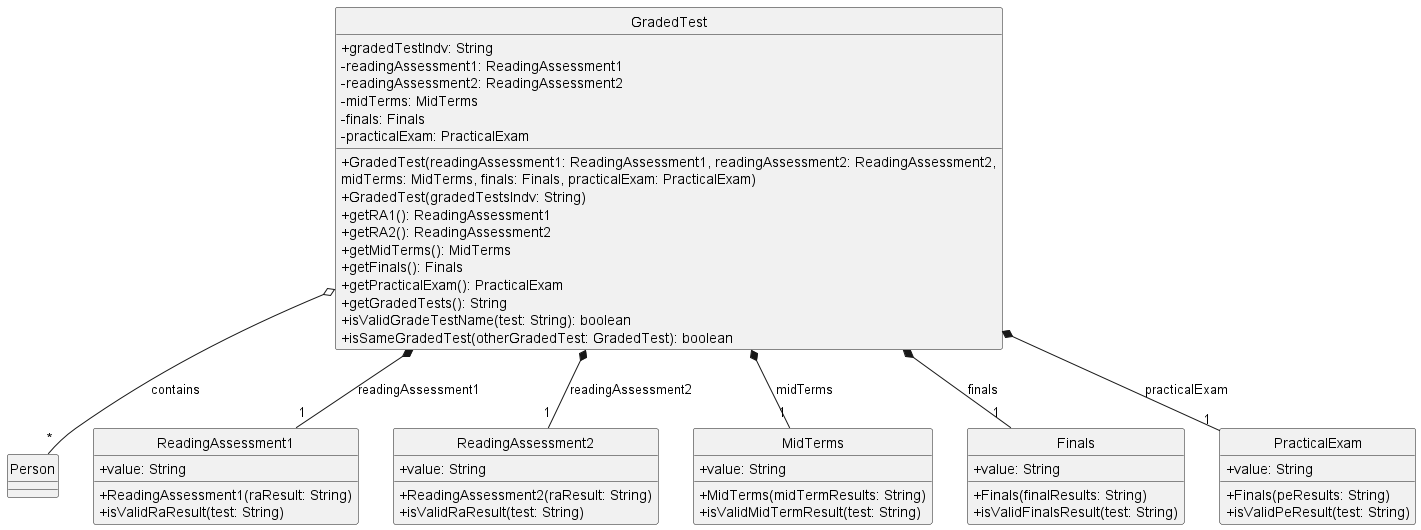
Earlier version of the PlantUML export docs/images/GradedTest.png (raydenlim/tp).
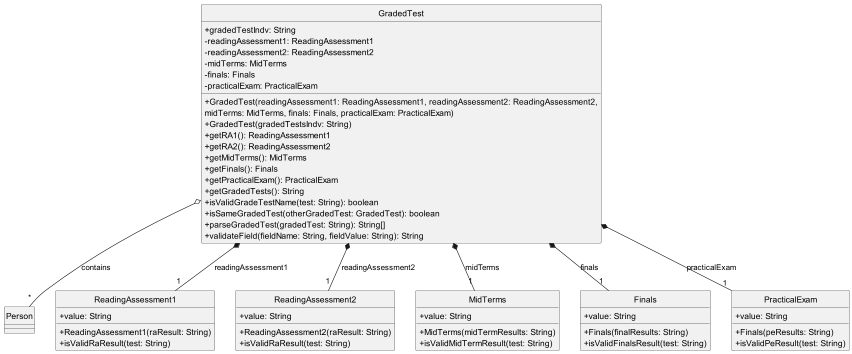
After the change.

Commit message:
Update UML and javadocs

Diff of the diagram source:
```diff
@@ -23,6 +23,8 @@
     + getGradedTests(): String
     + isValidGradeTestName(test: String): boolean
     + isSameGradedTest(otherGradedTest: GradedTest): boolean
+    + parseGradedTest(gradedTest: String): String[]
+    + validateField(fieldName: String, fieldValue: String): String
 }
 
 class ReadingAssessment1 {
```
